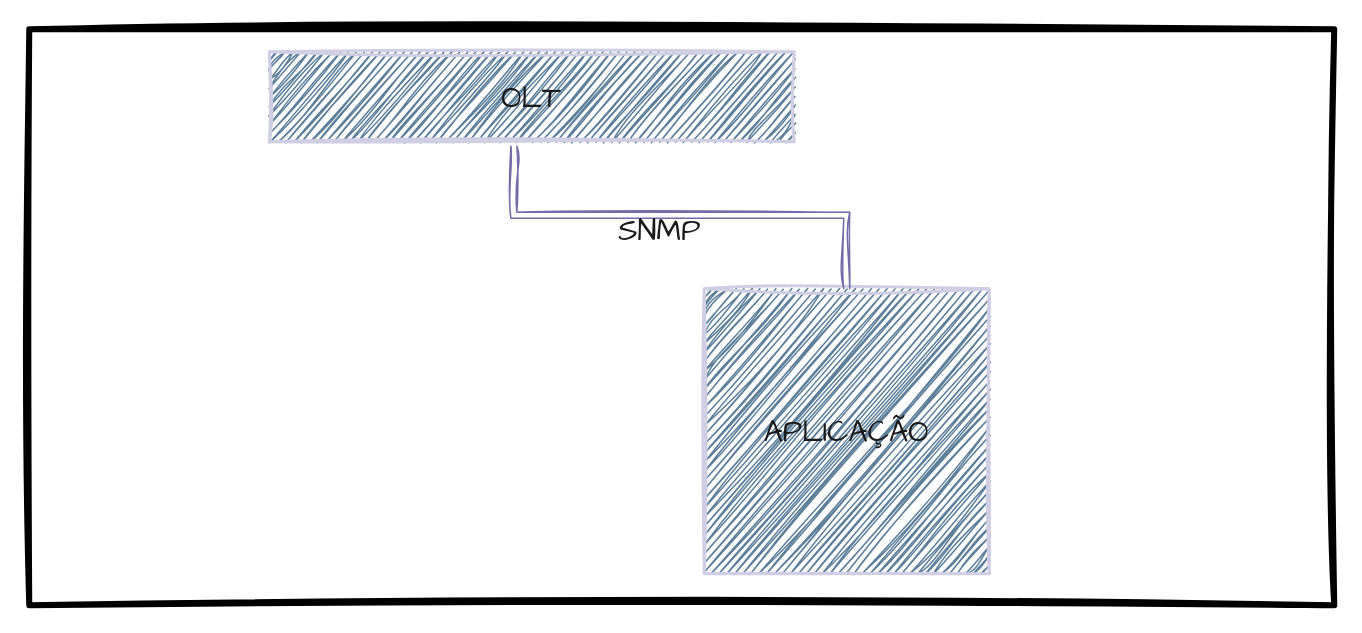
saulotarsobc/sc-olt-intelbras-gpon keeps this draw.io diagram as img/sc-olt-intelbras-8820i.drawio. Above is the earlier version. Source tidied: cells renumbered, new cells numbered last; positions are measured from the earlier drawing's top-left corner, leaving out a move shared by most shapes. Both pictures are drawn from the tidied source at 150%, with x=0, y=0 at pixel (28, 28).
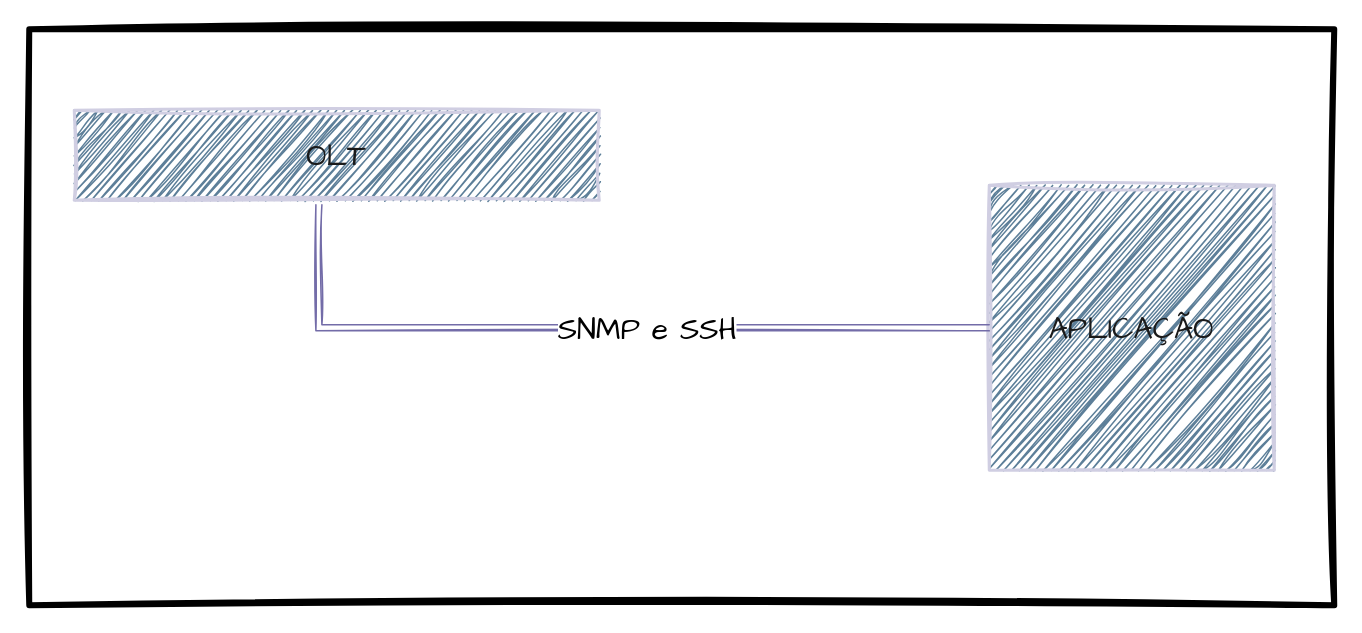
The same page after the edit.

Change to the diagram source:
```diff
@@
 <mxGraphModel background="#ffffff">
   <root>
     <mxCell id="0" />
     <mxCell id="1" parent="0" />
     <mxCell id="2" style="rounded=0;whiteSpace=wrap;html=1;sketch=1;hachureGap=4;jiggle=2;curveFitting=1;fontFamily=Architects Daughter;fontSize=20;strokeWidth=4;fillColor=default;" parent="1" vertex="1">
       <mxGeometry width="870" height="384" as="geometry" />
     </mxCell>
     <mxCell id="3" value="OLT" style="rounded=0;whiteSpace=wrap;html=1;sketch=1;hachureGap=4;jiggle=2;curveFitting=1;fontFamily=Architects Daughter;fontSize=20;labelBackgroundColor=none;fillColor=#5D7F99;strokeColor=#D0CEE2;fontColor=#1A1A1A;gradientColor=none;strokeWidth=2;" parent="1" vertex="1">
-      <mxGeometry x="160" y="15" width="350" height="60" as="geometry" />
+      <mxGeometry x="30" y="54" width="350" height="60" as="geometry" />
     </mxCell>
     <mxCell id="4" value="APLICAÇÃO" style="whiteSpace=wrap;html=1;sketch=1;hachureGap=4;jiggle=2;curveFitting=1;fontFamily=Architects Daughter;fontSize=20;labelBackgroundColor=none;fillColor=#5D7F99;strokeColor=#D0CEE2;fontColor=#1A1A1A;strokeWidth=2;" parent="1" vertex="1">
-      <mxGeometry x="450" y="173" width="190" height="190" as="geometry" />
+      <mxGeometry x="640" y="104" width="190" height="190" as="geometry" />
     </mxCell>
-    <mxCell id="5" style="edgeStyle=orthogonalEdgeStyle;rounded=0;sketch=1;hachureGap=4;jiggle=2;curveFitting=1;jettySize=auto;html=1;entryX=0.466;entryY=1.05;entryDx=0;entryDy=0;entryPerimeter=0;fontFamily=Architects Daughter;fontSize=16;shape=link;flowAnimation=1;labelBackgroundColor=none;strokeColor=#736CA8;fontColor=default;" parent="1" edge="1" source="4" target="3">
-      <mxGeometry relative="1" as="geometry" />
+    <mxCell id="5" style="edgeStyle=orthogonalEdgeStyle;rounded=0;sketch=1;hachureGap=4;jiggle=2;curveFitting=1;jettySize=auto;html=1;entryX=0.466;entryY=1.05;entryDx=0;entryDy=0;entryPerimeter=0;fontFamily=Architects Daughter;fontSize=16;shape=link;flowAnimation=1;labelBackgroundColor=none;strokeColor=#736CA8;fontColor=default;exitX=0;exitY=0.5;exitDx=0;exitDy=0;" parent="1" edge="1" source="4" target="3">
+      <mxGeometry relative="1" as="geometry">
+        <Array as="points">
+          <mxPoint x="193" y="199" />
+        </Array>
+      </mxGeometry>
     </mxCell>
-    <mxCell id="6" value="SNMP" style="text;html=1;align=center;verticalAlign=middle;strokeColor=none;fillColor=none;fontSize=20;fontFamily=Architects Daughter;labelBackgroundColor=none;fontColor=#1A1A1A;" parent="1" vertex="1">
-      <mxGeometry x="380" y="114" width="80" height="40" as="geometry" />
-    </mxCell>
+    <mxCell id="7" value="SNMP e SSH" style="edgeLabel;html=1;align=center;verticalAlign=middle;fontSize=20;fontFamily=Architects Daughter;" parent="5" vertex="1">
+      <mxGeometry x="-0.32" relative="1" as="geometry">
+        <mxPoint x="-49" as="offset" />
+      </mxGeometry>
+    </mxCell>
   </root>
 </mxGraphModel>
```
